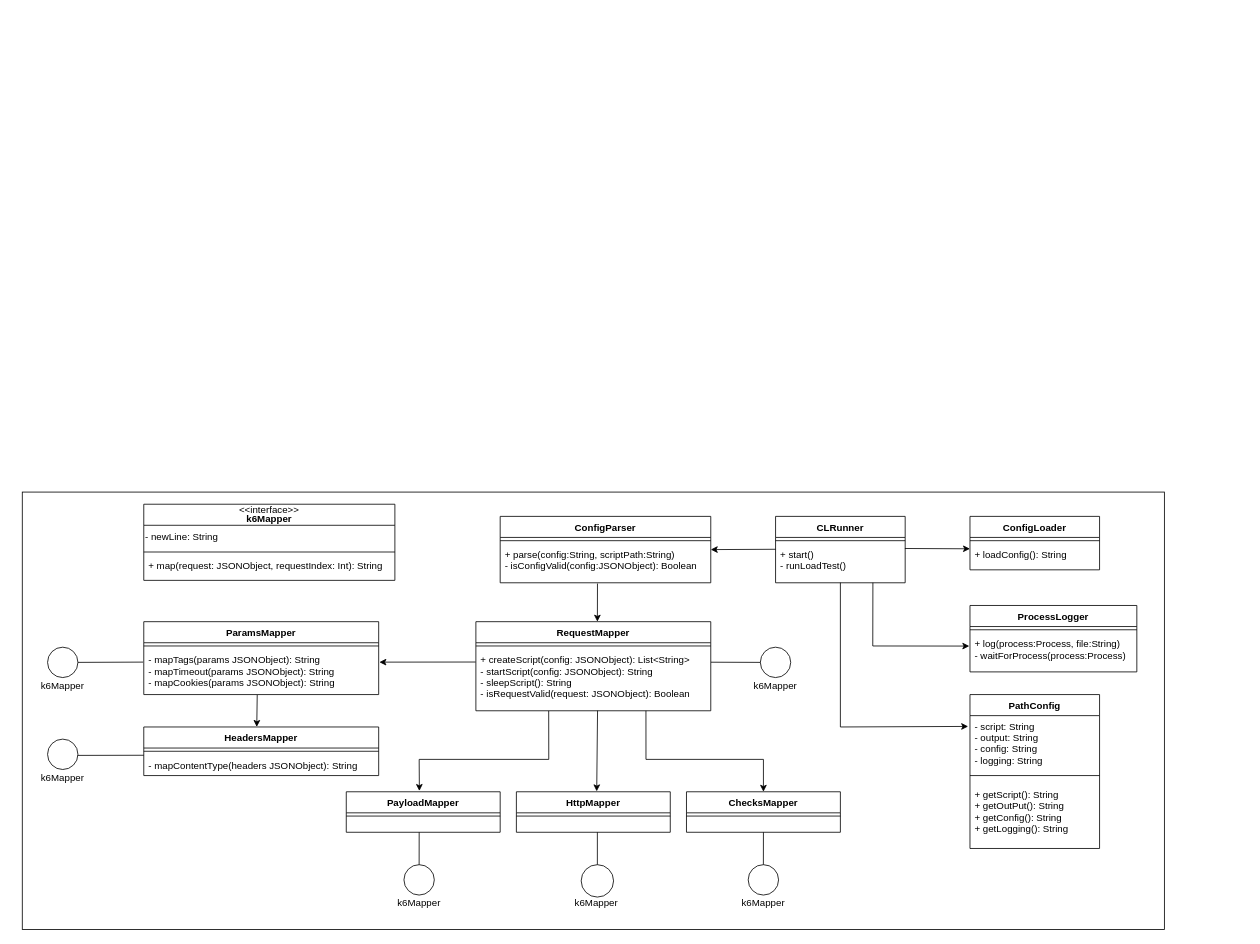
This is docu/ClassDiagram.drawio from EddeCCC/k6-java-test, a draw.io file, before an edit. Source tidied: cells renumbered, new cells numbered last; positions are measured from the earlier drawing's top-left corner, leaving out a move shared by most shapes. Both pictures are drawn from the tidied source at 81%, with x=0, y=0 at pixel (22, 492). Pictures stored in the file or linked from it are replaced by grey dashed boxes.
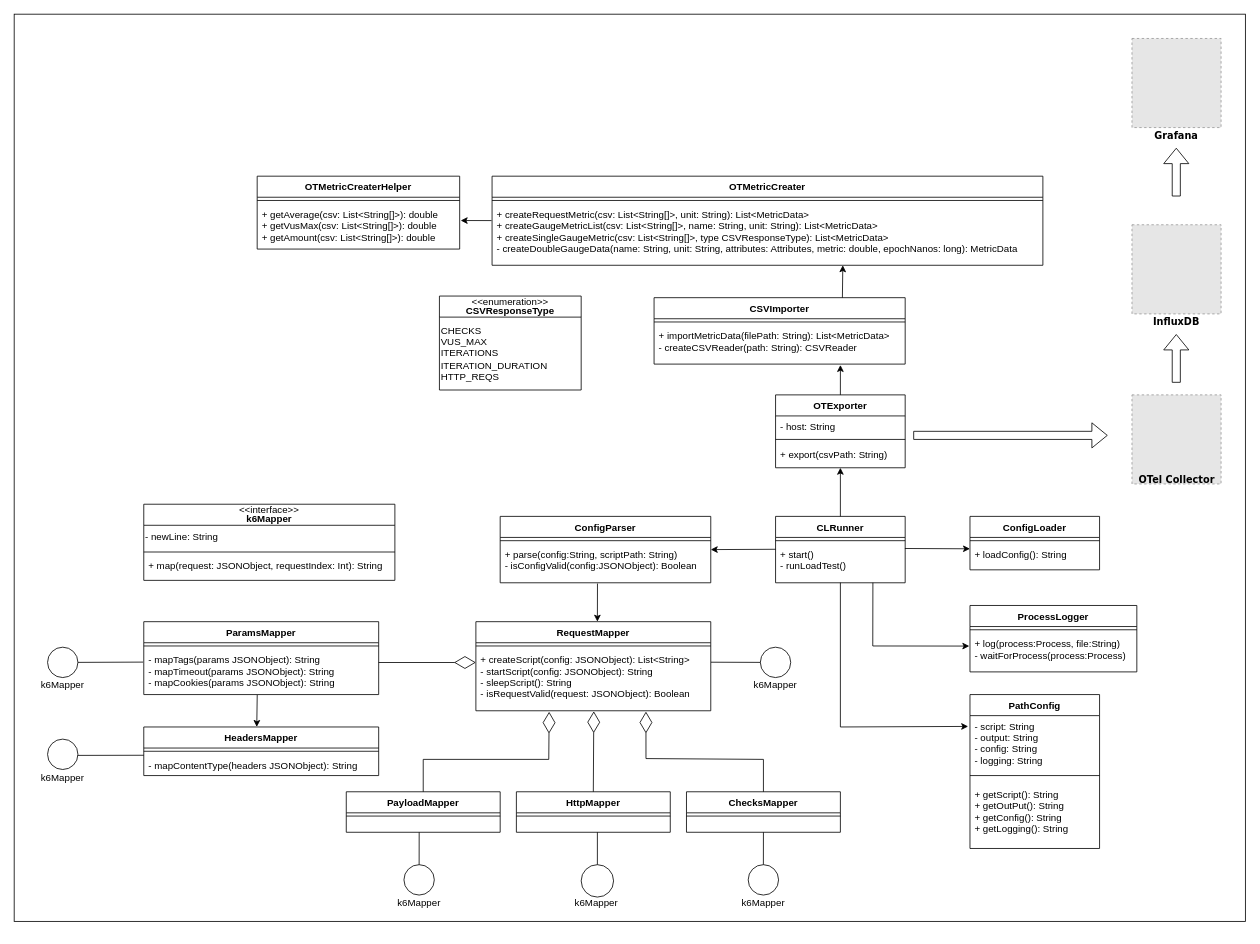
The same diagram, later.

The change refers to these unchanged cells:
```xml
<mxCell id="3" value="CLRunner" style="swimlane;fontStyle=1;align=center;verticalAlign=top;horizontal=1;startSize=26;rounded=0;shadow=0;strokeWidth=1;" parent="1" vertex="1">
  <mxGeometry x="930" y="30" width="160" height="82" as="geometry" />
</mxCell>
<mxCell id="20" value="ConfigParser" style="swimlane;fontStyle=1;align=center;verticalAlign=top;horizontal=1;startSize=26;rounded=0;shadow=0;strokeWidth=1;" parent="1" vertex="1">
  <mxGeometry x="590" y="30" width="260" height="82" as="geometry" />
</mxCell>
<mxCell id="29" value="+ createScript(config: JSONObject): List&lt;String&gt;&#10;- startScript(config: JSONObject): String&#10;- sleepScript(): String&#10;- isRequestValid(request: JSONObject): Boolean&#10;" style="text;align=left;verticalAlign=top;spacingLeft=4;spacingRight=4;overflow=hidden;points=[[0,0.5],[1,0.5]];portConstraint=eastwest;" parent="27" vertex="1">
  <mxGeometry y="34" width="290" height="76" as="geometry" />
</mxCell>
<mxCell id="34" value="- mapTags(params JSONObject): String&#10;- mapTimeout(params JSONObject): String&#10;- mapCookies(params JSONObject): String&#10;&#10;" style="text;align=left;verticalAlign=top;spacingLeft=4;spacingRight=4;overflow=hidden;points=[[0,0.5],[1,0.5]];portConstraint=eastwest;" parent="32" vertex="1">
  <mxGeometry y="34" width="290" height="56" as="geometry" />
</mxCell>
<mxCell id="38" value="PayloadMapper" style="swimlane;fontStyle=1;align=center;verticalAlign=top;horizontal=1;startSize=26;rounded=0;shadow=0;strokeWidth=1;" parent="1" vertex="1">
  <mxGeometry x="400" y="370" width="190" height="50" as="geometry" />
</mxCell>
<mxCell id="40" value="HttpMapper" style="swimlane;fontStyle=1;align=center;verticalAlign=top;horizontal=1;startSize=26;rounded=0;shadow=0;strokeWidth=1;" parent="1" vertex="1">
  <mxGeometry x="610" y="370" width="190" height="50" as="geometry" />
</mxCell>
<mxCell id="42" value="ChecksMapper" style="swimlane;fontStyle=1;align=center;verticalAlign=top;horizontal=1;startSize=26;rounded=0;shadow=0;strokeWidth=1;" parent="1" vertex="1">
  <mxGeometry x="820" y="370" width="190" height="50" as="geometry" />
</mxCell>
```

The edit, as a diff of the source:
```diff
@@
-    <mxCell id="2" style="rounded=0;whiteSpace=wrap;html=1;fontSize=12;fontColor=#000000;" parent="1" vertex="1">
-      <mxGeometry width="1410" height="540" as="geometry" />
-    </mxCell>
+    <mxCell id="68" style="rounded=0;whiteSpace=wrap;html=1;fontFamily=Verdana;" parent="1" vertex="1">
+      <mxGeometry x="-10" y="-590" width="1520" height="1120" as="geometry" />
+    </mxCell>
@@
-    <mxCell id="22" value="+ parse(config:String, scriptPath:String)&#10;- isConfigValid(config:JSONObject): Boolean&#10;&#10;" style="text;align=left;verticalAlign=top;spacingLeft=4;spacingRight=4;overflow=hidden;points=[[0,0.5],[1,0.5]];portConstraint=eastwest;" parent="20" vertex="1">
+    <mxCell id="22" value="+ parse(config:String, scriptPath: String)&#10;- isConfigValid(config:JSONObject): Boolean&#10;&#10;" style="text;align=left;verticalAlign=top;spacingLeft=4;spacingRight=4;overflow=hidden;points=[[0,0.5],[1,0.5]];portConstraint=eastwest;" parent="20" vertex="1">
       <mxGeometry y="34" width="260" height="48" as="geometry" />
     </mxCell>
@@
-    <mxCell id="62" style="endArrow=classic;html=1;rounded=0;fontSize=12;fontColor=#000000;exitX=0.31;exitY=1.002;exitDx=0;exitDy=0;exitPerimeter=0;entryX=0.475;entryY=-0.02;entryDx=0;entryDy=0;entryPerimeter=0;" parent="1" edge="1" source="29" target="38">
-      <mxGeometry relative="1" as="geometry">
-        <Array as="points">
-          <mxPoint x="650" y="330" />
-          <mxPoint x="490" y="330" />
-        </Array>
-      </mxGeometry>
-    </mxCell>
-    <mxCell id="63" style="endArrow=classic;html=1;rounded=0;fontSize=12;fontColor=#000000;exitX=0.724;exitY=1;exitDx=0;exitDy=0;exitPerimeter=0;entryX=0.5;entryY=0;entryDx=0;entryDy=0;" parent="1" edge="1" source="29" target="42">
-      <mxGeometry relative="1" as="geometry">
-        <Array as="points">
-          <mxPoint x="770" y="330" />
-          <mxPoint x="915" y="330" />
-        </Array>
-      </mxGeometry>
-    </mxCell>
-    <mxCell id="64" style="endArrow=classic;html=1;rounded=0;fontSize=12;fontColor=#000000;entryX=1.003;entryY=0.285;entryDx=0;entryDy=0;entryPerimeter=0;exitX=-0.001;exitY=0.208;exitDx=0;exitDy=0;exitPerimeter=0;" parent="1" edge="1" source="29" target="34">
-      <mxGeometry relative="1" as="geometry" />
-    </mxCell>
@@
-    <mxCell id="67" style="endArrow=classic;html=1;rounded=0;fontSize=12;fontColor=#000000;exitX=0.518;exitY=0.998;exitDx=0;exitDy=0;exitPerimeter=0;entryX=0.522;entryY=-0.011;entryDx=0;entryDy=0;entryPerimeter=0;" parent="1" edge="1" source="29" target="40">
-      <mxGeometry relative="1" as="geometry" />
-    </mxCell>
+    <mxCell id="69" value="OTExporter" style="swimlane;fontStyle=1;align=center;verticalAlign=top;horizontal=1;startSize=26;rounded=0;shadow=0;strokeWidth=1;" parent="1" vertex="1">
+      <mxGeometry x="930" y="-120" width="160" height="90" as="geometry" />
+    </mxCell>
+    <mxCell id="70" value="- host: String" style="text;align=left;verticalAlign=top;spacingLeft=4;spacingRight=4;overflow=hidden;" parent="69" vertex="1">
+      <mxGeometry y="26" width="160" height="24" as="geometry" />
+    </mxCell>
+    <mxCell id="71" style="line;html=1;strokeWidth=1;align=left;verticalAlign=middle;spacingTop=-1;spacingLeft=3;spacingRight=3;labelPosition=right;" parent="69" vertex="1">
+      <mxGeometry y="50" width="160" height="10" as="geometry" />
+    </mxCell>
+    <mxCell id="72" value="+ export(csvPath: String)" style="text;align=left;verticalAlign=top;spacingLeft=4;spacingRight=4;overflow=hidden;" parent="69" vertex="1">
+      <mxGeometry y="60" width="160" height="20" as="geometry" />
+    </mxCell>
+    <mxCell id="73" style="endArrow=classic;html=1;rounded=0;entryX=0.5;entryY=1;entryDx=0;entryDy=0;exitX=0.5;exitY=0;exitDx=0;exitDy=0;" parent="1" edge="1" source="3" target="69">
+      <mxGeometry relative="1" as="geometry" />
+    </mxCell>
+    <mxCell id="74" value="CSVImporter" style="swimlane;fontStyle=1;align=center;verticalAlign=top;horizontal=1;startSize=26;rounded=0;shadow=0;strokeWidth=1;" parent="1" vertex="1">
+      <mxGeometry x="780" y="-240" width="310" height="82" as="geometry" />
+    </mxCell>
+    <mxCell id="75" style="line;html=1;strokeWidth=1;align=left;verticalAlign=middle;spacingTop=-1;spacingLeft=3;spacingRight=3;labelPosition=right;" parent="74" vertex="1">
+      <mxGeometry y="26" width="310" height="8" as="geometry" />
+    </mxCell>
+    <mxCell id="76" value="+ importMetricData(filePath: String): List&lt;MetricData&gt;&#10;- createCSVReader(path: String): CSVReader&#10;" style="text;align=left;verticalAlign=top;spacingLeft=4;spacingRight=4;overflow=hidden;points=[[0,0.5],[1,0.5]];portConstraint=eastwest;" parent="74" vertex="1">
+      <mxGeometry y="34" width="310" height="48" as="geometry" />
+    </mxCell>
+    <mxCell id="77" value="OTMetricCreater" style="swimlane;fontStyle=1;align=center;verticalAlign=top;horizontal=1;startSize=26;rounded=0;shadow=0;strokeWidth=1;" parent="1" vertex="1">
+      <mxGeometry x="580" y="-390" width="680" height="110" as="geometry" />
+    </mxCell>
+    <mxCell id="78" style="line;html=1;strokeWidth=1;align=left;verticalAlign=middle;spacingTop=-1;spacingLeft=3;spacingRight=3;labelPosition=right;" parent="77" vertex="1">
+      <mxGeometry y="26" width="680" height="8" as="geometry" />
+    </mxCell>
+    <mxCell id="79" value="+ createRequestMetric(csv: List&lt;String[]&gt;, unit: String): List&lt;MetricData&gt;&#10;+ createGaugeMetricList(csv: List&lt;String[]&gt;, name: String, unit: String): List&lt;MetricData&gt;&#10;+ createSingleGaugeMetric(csv: List&lt;String[]&gt;, type CSVResponseType): List&lt;MetricData&gt;&#10;- createDoubleGaugeData(name: String, unit: String, attributes: Attributes, metric: double, epochNanos: long): MetricData&#10;&#10;&#10;" style="text;align=left;verticalAlign=top;spacingLeft=4;spacingRight=4;overflow=hidden;points=[[0,0.5],[1,0.5]];portConstraint=eastwest;" parent="77" vertex="1">
+      <mxGeometry y="34" width="680" height="76" as="geometry" />
+    </mxCell>
+    <mxCell id="80" value="OTMetricCreaterHelper" style="swimlane;fontStyle=1;align=center;verticalAlign=top;horizontal=1;startSize=26;rounded=0;shadow=0;strokeWidth=1;" parent="1" vertex="1">
+      <mxGeometry x="290" y="-390" width="250" height="90" as="geometry" />
+    </mxCell>
+    <mxCell id="81" style="line;html=1;strokeWidth=1;align=left;verticalAlign=middle;spacingTop=-1;spacingLeft=3;spacingRight=3;labelPosition=right;" parent="80" vertex="1">
+      <mxGeometry y="26" width="250" height="8" as="geometry" />
+    </mxCell>
+    <mxCell id="82" value="+ getAverage(csv: List&lt;String[]&gt;): double&#10;+ getVusMax(csv: List&lt;String[]&gt;): double&#10;+ getAmount(csv: List&lt;String[]&gt;): double&#10;&#10;" style="text;align=left;verticalAlign=top;spacingLeft=4;spacingRight=4;overflow=hidden;points=[[0,0.5],[1,0.5]];portConstraint=eastwest;" parent="80" vertex="1">
+      <mxGeometry y="34" width="250" height="56" as="geometry" />
+    </mxCell>
+    <mxCell id="83" style="endArrow=classic;html=1;rounded=0;exitX=0.5;exitY=0;exitDx=0;exitDy=0;entryX=0.742;entryY=1.023;entryDx=0;entryDy=0;entryPerimeter=0;" parent="1" edge="1" source="69" target="76">
+      <mxGeometry relative="1" as="geometry" />
+    </mxCell>
+    <mxCell id="84" style="endArrow=classic;html=1;rounded=0;exitX=0.75;exitY=0;exitDx=0;exitDy=0;" parent="1" edge="1" source="74">
+      <mxGeometry relative="1" as="geometry">
+        <mxPoint x="1013" y="-280" as="targetPoint" />
+      </mxGeometry>
+    </mxCell>
+    <mxCell id="85" style="endArrow=classic;html=1;rounded=0;entryX=1.005;entryY=0.371;entryDx=0;entryDy=0;entryPerimeter=0;exitX=-0.001;exitY=0.274;exitDx=0;exitDy=0;exitPerimeter=0;" parent="1" edge="1" source="79" target="82">
+      <mxGeometry relative="1" as="geometry" />
+    </mxCell>
+    <mxCell id="86" style="swimlane;fontStyle=1;align=center;verticalAlign=middle;horizontal=1;startSize=26;rounded=0;shadow=0;strokeWidth=1;fontSize=12;labelPosition=center;verticalLabelPosition=middle;" parent="1" vertex="1">
+      <mxGeometry x="515" y="-242" width="175" height="116" as="geometry" />
+    </mxCell>
+    <mxCell id="87" value="&lt;div&gt;CHECKS&lt;/div&gt;&lt;div&gt;VUS_MAX&lt;/div&gt;&lt;div&gt;ITERATIONS&lt;/div&gt;&lt;div&gt;ITERATION_DURATION&lt;/div&gt;&lt;div&gt;HTTP_REQS&lt;br&gt;&lt;/div&gt;" style="text;html=1;align=left;verticalAlign=middle;strokeColor=none;fillColor=none;fontSize=12;" parent="86" vertex="1">
+      <mxGeometry y="26" width="175" height="90" as="geometry" />
+    </mxCell>
+    <mxCell id="88" value="&amp;lt;&amp;lt;enumeration&amp;gt;&amp;gt;" style="text;html=1;strokeColor=none;fillColor=none;align=center;verticalAlign=top;whiteSpace=wrap;rounded=0;fontSize=12;fontColor=#000000;horizontal=1;spacing=10;" parent="1" vertex="1">
+      <mxGeometry x="515" y="-257" width="175" height="15" as="geometry" />
+    </mxCell>
+    <mxCell id="89" value="&lt;b&gt;CSVResponseType&lt;/b&gt;" style="text;html=1;strokeColor=none;fillColor=none;align=center;verticalAlign=top;whiteSpace=wrap;rounded=0;fontSize=12;fontColor=#000000;spacing=22;" parent="1" vertex="1">
+      <mxGeometry x="515" y="-257" width="175" height="10" as="geometry" />
+    </mxCell>
+    <mxCell id="90" style="fillColor=#E6E6E6;strokeColor=#999999;dashed=1;verticalLabelPosition=bottom;labelBackgroundColor=default;verticalAlign=top;" parent="1" vertex="1">
+      <mxGeometry x="1370" y="-330" width="110" height="110" as="geometry" />
+    </mxCell>
+    <mxCell id="91" value="&lt;font face=&quot;Verdana&quot;&gt;&lt;b&gt;InfluxDB&lt;/b&gt;&lt;/font&gt;" style="text;html=1;strokeColor=none;fillColor=none;align=center;verticalAlign=middle;whiteSpace=wrap;rounded=0;" parent="1" vertex="1">
+      <mxGeometry x="1395" y="-225" width="60" height="30" as="geometry" />
+    </mxCell>
+    <mxCell id="92" value="&lt;b&gt;&lt;font face=&quot;Verdana&quot;&gt;Grafana&lt;/font&gt;&lt;/b&gt;" style="text;html=1;strokeColor=none;fillColor=none;align=center;verticalAlign=middle;whiteSpace=wrap;rounded=0;" parent="1" vertex="1">
+      <mxGeometry x="1395" y="-455" width="60" height="30" as="geometry" />
+    </mxCell>
+    <mxCell id="93" style="shape=flexArrow;endArrow=classic;html=1;rounded=0;fontFamily=Verdana;" parent="1" edge="1">
+      <mxGeometry relative="1" as="geometry">
+        <mxPoint x="1100" y="-70" as="sourcePoint" />
+        <mxPoint x="1340" y="-70" as="targetPoint" />
+      </mxGeometry>
+    </mxCell>
+    <mxCell id="94" style="endArrow=diamondThin;endFill=0;endSize=24;html=1;rounded=0;fontFamily=Verdana;exitX=1;exitY=0.293;exitDx=0;exitDy=0;exitPerimeter=0;entryX=0;entryY=0.216;entryDx=0;entryDy=0;entryPerimeter=0;" parent="1" edge="1" source="34" target="29">
+      <mxGeometry relative="1" as="geometry" />
+    </mxCell>
+    <mxCell id="95" style="endArrow=diamondThin;endFill=0;endSize=24;html=1;rounded=0;fontFamily=Verdana;exitX=0.5;exitY=0;exitDx=0;exitDy=0;entryX=0.502;entryY=1.008;entryDx=0;entryDy=0;entryPerimeter=0;" parent="1" edge="1" source="40" target="29">
+      <mxGeometry relative="1" as="geometry" />
+    </mxCell>
+    <mxCell id="96" style="endArrow=diamondThin;endFill=0;endSize=24;html=1;rounded=0;fontFamily=Verdana;exitX=0.5;exitY=0;exitDx=0;exitDy=0;entryX=0.312;entryY=1.016;entryDx=0;entryDy=0;entryPerimeter=0;" parent="1" edge="1" source="38" target="29">
+      <mxGeometry relative="1" as="geometry">
+        <Array as="points">
+          <mxPoint x="495" y="330" />
+          <mxPoint x="650" y="330" />
+        </Array>
+      </mxGeometry>
+    </mxCell>
+    <mxCell id="97" style="endArrow=diamondThin;endFill=0;endSize=24;html=1;rounded=0;fontFamily=Verdana;exitX=0.5;exitY=0;exitDx=0;exitDy=0;entryX=0.724;entryY=1.013;entryDx=0;entryDy=0;entryPerimeter=0;" parent="1" edge="1" source="42" target="29">
+      <mxGeometry relative="1" as="geometry">
+        <Array as="points">
+          <mxPoint x="915" y="330" />
+          <mxPoint x="770" y="329" />
+        </Array>
+      </mxGeometry>
+    </mxCell>
+    <mxCell id="98" style="fillColor=#E6E6E6;strokeColor=#999999;dashed=1;verticalLabelPosition=bottom;labelBackgroundColor=default;verticalAlign=top;" parent="1" vertex="1">
+      <mxGeometry x="1370" y="-120" width="110" height="110" as="geometry" />
+    </mxCell>
+    <mxCell id="99" style="fillColor=#E6E6E6;strokeColor=#999999;dashed=1;verticalLabelPosition=bottom;labelBackgroundColor=default;verticalAlign=top;" parent="1" vertex="1">
+      <mxGeometry x="1370" y="-560" width="110" height="110" as="geometry" />
+    </mxCell>
+    <mxCell id="100" value="&lt;b&gt;&lt;font face=&quot;Verdana&quot;&gt;OTel Collector&lt;/font&gt;&lt;/b&gt;" style="text;html=1;strokeColor=none;fillColor=none;align=center;verticalAlign=middle;whiteSpace=wrap;rounded=0;" parent="1" vertex="1">
+      <mxGeometry x="1358.5" y="-30" width="133" height="30" as="geometry" />
+    </mxCell>
+    <mxCell id="101" style="shape=flexArrow;endArrow=classic;html=1;rounded=0;fontFamily=Verdana;" parent="1" edge="1">
+      <mxGeometry relative="1" as="geometry">
+        <mxPoint x="1424.7" y="-135" as="sourcePoint" />
+        <mxPoint x="1424.7" y="-195" as="targetPoint" />
+      </mxGeometry>
+    </mxCell>
+    <mxCell id="102" style="shape=flexArrow;endArrow=classic;html=1;rounded=0;fontFamily=Verdana;" parent="1" edge="1">
+      <mxGeometry relative="1" as="geometry">
+        <mxPoint x="1424.7" y="-365" as="sourcePoint" />
+        <mxPoint x="1424.7" y="-425" as="targetPoint" />
+      </mxGeometry>
+    </mxCell>
```
